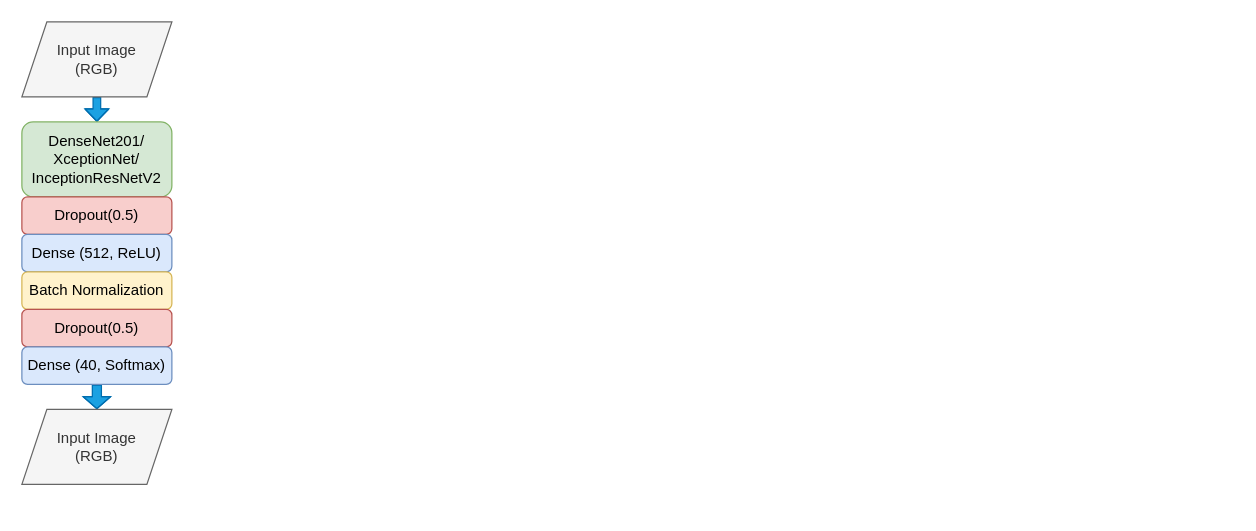
Before: Monuwar1.drawio in AbduzZami/DrawIO, a draw.io diagram. Source tidied: cells renumbered, new cells numbered last; positions are measured from the earlier drawing's top-left corner, leaving out a move shared by most shapes. Both pictures are drawn from the tidied source at 125%, with x=0, y=0 at pixel (21, 21).
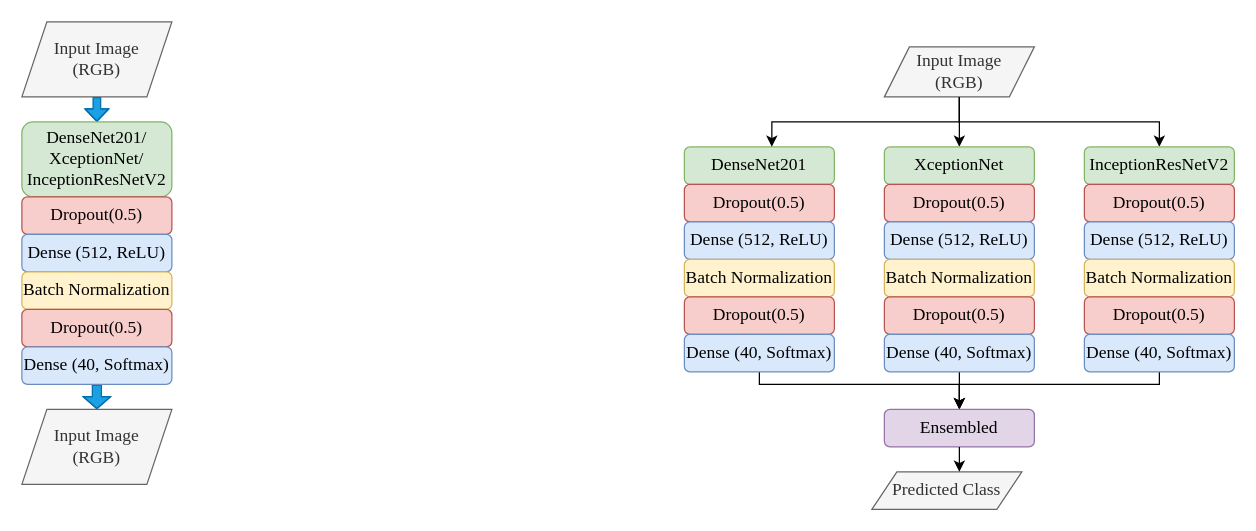
The same diagram, later.

Change to the diagram source:
```diff
@@
-    <mxCell id="2" style="edgeStyle=orthogonalEdgeStyle;rounded=0;jettySize=auto;html=1;shape=flexArrow;width=6.07843137254902;endSize=2.935294117647059;endWidth=11.945405613225683;fillColor=#1ba1e2;strokeColor=#006EAF;" parent="1" edge="1" source="3" target="4">
+    <mxCell id="2" style="edgeStyle=orthogonalEdgeStyle;rounded=0;jettySize=auto;html=1;shape=flexArrow;width=6.07843137254902;endSize=2.935294117647059;endWidth=11.945405613225683;fillColor=#1ba1e2;strokeColor=#006EAF;fontFamily=Times New Roman;fontSize=14;" parent="1" edge="1" source="3" target="4">
       <mxGeometry relative="1" as="geometry" />
     </mxCell>
-    <mxCell id="3" value="Input Image&lt;div&gt;(RGB)&lt;/div&gt;" style="shape=parallelogram;perimeter=parallelogramPerimeter;whiteSpace=wrap;html=1;fixedSize=1;fillColor=#f5f5f5;fontColor=#333333;strokeColor=#666666;" parent="1" vertex="1">
+    <mxCell id="3" value="Input Image&lt;div&gt;(RGB)&lt;/div&gt;" style="shape=parallelogram;perimeter=parallelogramPerimeter;whiteSpace=wrap;html=1;fixedSize=1;fillColor=#f5f5f5;fontColor=#333333;strokeColor=#666666;fontFamily=Times New Roman;fontSize=14;" parent="1" vertex="1">
       <mxGeometry width="120" height="60" as="geometry" />
     </mxCell>
-    <mxCell id="4" value="DenseNet201/&lt;div&gt;XceptionNet/&lt;/div&gt;&lt;div&gt;InceptionResNetV2&lt;/div&gt;" style="rounded=1;whiteSpace=wrap;html=1;fillColor=#d5e8d4;strokeColor=#82b366;" parent="1" vertex="1">
+    <mxCell id="4" value="DenseNet201/&lt;div&gt;XceptionNet/&lt;/div&gt;&lt;div&gt;InceptionResNetV2&lt;/div&gt;" style="rounded=1;whiteSpace=wrap;html=1;fillColor=#d5e8d4;strokeColor=#82b366;fontFamily=Times New Roman;fontSize=14;" parent="1" vertex="1">
       <mxGeometry y="80" width="120" height="60" as="geometry" />
     </mxCell>
-    <mxCell id="5" value="Dropout(0.5)" style="rounded=1;whiteSpace=wrap;html=1;fillColor=#f8cecc;strokeColor=#b85450;" parent="1" vertex="1">
+    <mxCell id="5" value="Dropout(0.5)" style="rounded=1;whiteSpace=wrap;html=1;fillColor=#f8cecc;strokeColor=#b85450;fontFamily=Times New Roman;fontSize=14;" parent="1" vertex="1">
       <mxGeometry y="140" width="120" height="30" as="geometry" />
     </mxCell>
-    <mxCell id="6" value="Dense (512, ReLU)" style="rounded=1;whiteSpace=wrap;html=1;fillColor=#dae8fc;strokeColor=#6c8ebf;" parent="1" vertex="1">
+    <mxCell id="6" value="Dense (512, ReLU)" style="rounded=1;whiteSpace=wrap;html=1;fillColor=#dae8fc;strokeColor=#6c8ebf;fontFamily=Times New Roman;fontSize=14;" parent="1" vertex="1">
       <mxGeometry y="170" width="120" height="30" as="geometry" />
     </mxCell>
-    <mxCell id="7" value="Batch Normalization" style="rounded=1;whiteSpace=wrap;html=1;fillColor=#fff2cc;strokeColor=#d6b656;" parent="1" vertex="1">
+    <mxCell id="7" value="Batch Normalization" style="rounded=1;whiteSpace=wrap;html=1;fillColor=#fff2cc;strokeColor=#d6b656;fontFamily=Times New Roman;fontSize=14;" parent="1" vertex="1">
       <mxGeometry y="200" width="120" height="30" as="geometry" />
     </mxCell>
-    <mxCell id="8" value="Dropout(0.5)" style="rounded=1;whiteSpace=wrap;html=1;fillColor=#f8cecc;strokeColor=#b85450;" parent="1" vertex="1">
+    <mxCell id="8" value="Dropout(0.5)" style="rounded=1;whiteSpace=wrap;html=1;fillColor=#f8cecc;strokeColor=#b85450;fontFamily=Times New Roman;fontSize=14;" parent="1" vertex="1">
       <mxGeometry y="230" width="120" height="30" as="geometry" />
     </mxCell>
-    <mxCell id="9" style="edgeStyle=orthogonalEdgeStyle;rounded=0;jettySize=auto;html=1;entryX=0.5;entryY=0;entryDx=0;entryDy=0;shape=flexArrow;width=7.254901960784315;endSize=2.8686274509803926;endWidth=13.675509419454057;fillColor=#1ba1e2;strokeColor=#006EAF;" parent="1" edge="1" source="10" target="11">
+    <mxCell id="9" style="edgeStyle=orthogonalEdgeStyle;rounded=0;jettySize=auto;html=1;entryX=0.5;entryY=0;entryDx=0;entryDy=0;shape=flexArrow;width=7.254901960784315;endSize=2.8686274509803926;endWidth=13.675509419454057;fillColor=#1ba1e2;strokeColor=#006EAF;fontFamily=Times New Roman;fontSize=14;" parent="1" edge="1" source="10" target="11">
       <mxGeometry relative="1" as="geometry" />
     </mxCell>
-    <mxCell id="10" value="Dense (40, Softmax)" style="rounded=1;whiteSpace=wrap;html=1;fillColor=#dae8fc;strokeColor=#6c8ebf;" parent="1" vertex="1">
+    <mxCell id="10" value="Dense (40, Softmax)" style="rounded=1;whiteSpace=wrap;html=1;fillColor=#dae8fc;strokeColor=#6c8ebf;fontFamily=Times New Roman;fontSize=14;" parent="1" vertex="1">
       <mxGeometry y="260" width="120" height="30" as="geometry" />
     </mxCell>
-    <mxCell id="11" value="Input Image&lt;div&gt;(RGB)&lt;/div&gt;" style="shape=parallelogram;perimeter=parallelogramPerimeter;whiteSpace=wrap;html=1;fixedSize=1;fillColor=#f5f5f5;fontColor=#333333;strokeColor=#666666;" parent="1" vertex="1">
+    <mxCell id="11" value="Input Image&lt;div&gt;(RGB)&lt;/div&gt;" style="shape=parallelogram;perimeter=parallelogramPerimeter;whiteSpace=wrap;html=1;fixedSize=1;fillColor=#f5f5f5;fontColor=#333333;strokeColor=#666666;fontFamily=Times New Roman;fontSize=14;" parent="1" vertex="1">
       <mxGeometry y="310" width="120" height="60" as="geometry" />
     </mxCell>
+    <mxCell id="12" style="edgeStyle=orthogonalEdgeStyle;rounded=0;jettySize=auto;html=1;entryX=0.5;entryY=0;entryDx=0;entryDy=0;fontFamily=Times New Roman;fontSize=14;" parent="1" edge="1" source="14" target="23">
+      <mxGeometry relative="1" as="geometry" />
+    </mxCell>
+    <mxCell id="13" style="edgeStyle=orthogonalEdgeStyle;rounded=0;jettySize=auto;html=1;entryX=0.5;entryY=0;entryDx=0;entryDy=0;fontFamily=Times New Roman;fontSize=14;" parent="1" edge="1" source="14" target="30">
+      <mxGeometry relative="1" as="geometry">
+        <Array as="points">
+          <mxPoint x="750" y="80" />
+          <mxPoint x="910" y="80" />
+        </Array>
+      </mxGeometry>
+    </mxCell>
+    <mxCell id="14" value="Input Image&lt;div&gt;(RGB)&lt;/div&gt;" style="shape=parallelogram;perimeter=parallelogramPerimeter;whiteSpace=wrap;html=1;fixedSize=1;fillColor=#f5f5f5;fontColor=#333333;strokeColor=#666666;fontFamily=Times New Roman;fontSize=14;" parent="1" vertex="1">
+      <mxGeometry x="690" y="20" width="120" height="40" as="geometry" />
+    </mxCell>
+    <mxCell id="15" value="DenseNet201" style="rounded=1;whiteSpace=wrap;html=1;fillColor=#d5e8d4;strokeColor=#82b366;fontFamily=Times New Roman;fontSize=14;" parent="1" vertex="1">
+      <mxGeometry x="530" y="100" width="120" height="30" as="geometry" />
+    </mxCell>
+    <mxCell id="16" value="Dropout(0.5)" style="rounded=1;whiteSpace=wrap;html=1;fillColor=#f8cecc;strokeColor=#b85450;fontFamily=Times New Roman;fontSize=14;" parent="1" vertex="1">
+      <mxGeometry x="530" y="130" width="120" height="30" as="geometry" />
+    </mxCell>
+    <mxCell id="17" value="Dense (512, ReLU)" style="rounded=1;whiteSpace=wrap;html=1;fillColor=#dae8fc;strokeColor=#6c8ebf;fontFamily=Times New Roman;fontSize=14;" parent="1" vertex="1">
+      <mxGeometry x="530" y="160" width="120" height="30" as="geometry" />
+    </mxCell>
+    <mxCell id="18" value="Batch Normalization" style="rounded=1;whiteSpace=wrap;html=1;fillColor=#fff2cc;strokeColor=#d6b656;fontFamily=Times New Roman;fontSize=14;" parent="1" vertex="1">
+      <mxGeometry x="530" y="190" width="120" height="30" as="geometry" />
+    </mxCell>
+    <mxCell id="19" value="Dropout(0.5)" style="rounded=1;whiteSpace=wrap;html=1;fillColor=#f8cecc;strokeColor=#b85450;fontFamily=Times New Roman;fontSize=14;" parent="1" vertex="1">
+      <mxGeometry x="530" y="220" width="120" height="30" as="geometry" />
+    </mxCell>
+    <mxCell id="20" style="edgeStyle=orthogonalEdgeStyle;rounded=0;jettySize=auto;html=1;entryX=0.5;entryY=0;entryDx=0;entryDy=0;fontFamily=Times New Roman;fontSize=14;" parent="1" edge="1" source="21" target="37">
+      <mxGeometry relative="1" as="geometry">
+        <Array as="points">
+          <mxPoint x="590" y="290" />
+          <mxPoint x="750" y="290" />
+        </Array>
+      </mxGeometry>
+    </mxCell>
+    <mxCell id="21" value="Dense (40, Softmax)" style="rounded=1;whiteSpace=wrap;html=1;fillColor=#dae8fc;strokeColor=#6c8ebf;fontFamily=Times New Roman;fontSize=14;" parent="1" vertex="1">
+      <mxGeometry x="530" y="250" width="120" height="30" as="geometry" />
+    </mxCell>
+    <mxCell id="22" value="Predicted Class" style="shape=parallelogram;perimeter=parallelogramPerimeter;whiteSpace=wrap;html=1;fixedSize=1;fillColor=#f5f5f5;fontColor=#333333;strokeColor=#666666;fontFamily=Times New Roman;fontSize=14;" parent="1" vertex="1">
+      <mxGeometry x="680" y="360" width="120" height="30" as="geometry" />
+    </mxCell>
+    <mxCell id="23" value="&lt;div&gt;XceptionNet&lt;/div&gt;" style="rounded=1;whiteSpace=wrap;html=1;fillColor=#d5e8d4;strokeColor=#82b366;fontFamily=Times New Roman;fontSize=14;" parent="1" vertex="1">
+      <mxGeometry x="690" y="100" width="120" height="30" as="geometry" />
+    </mxCell>
+    <mxCell id="24" value="Dropout(0.5)" style="rounded=1;whiteSpace=wrap;html=1;fillColor=#f8cecc;strokeColor=#b85450;fontFamily=Times New Roman;fontSize=14;" parent="1" vertex="1">
+      <mxGeometry x="690" y="130" width="120" height="30" as="geometry" />
+    </mxCell>
+    <mxCell id="25" value="Dense (512, ReLU)" style="rounded=1;whiteSpace=wrap;html=1;fillColor=#dae8fc;strokeColor=#6c8ebf;fontFamily=Times New Roman;fontSize=14;" parent="1" vertex="1">
+      <mxGeometry x="690" y="160" width="120" height="30" as="geometry" />
+    </mxCell>
+    <mxCell id="26" value="Batch Normalization" style="rounded=1;whiteSpace=wrap;html=1;fillColor=#fff2cc;strokeColor=#d6b656;fontFamily=Times New Roman;fontSize=14;" parent="1" vertex="1">
+      <mxGeometry x="690" y="190" width="120" height="30" as="geometry" />
+    </mxCell>
+    <mxCell id="27" value="Dropout(0.5)" style="rounded=1;whiteSpace=wrap;html=1;fillColor=#f8cecc;strokeColor=#b85450;fontFamily=Times New Roman;fontSize=14;" parent="1" vertex="1">
+      <mxGeometry x="690" y="220" width="120" height="30" as="geometry" />
+    </mxCell>
+    <mxCell id="28" style="edgeStyle=orthogonalEdgeStyle;rounded=0;jettySize=auto;html=1;entryX=0.5;entryY=0;entryDx=0;entryDy=0;fontFamily=Times New Roman;fontSize=14;" parent="1" edge="1" source="29" target="37">
+      <mxGeometry relative="1" as="geometry" />
+    </mxCell>
+    <mxCell id="29" value="Dense (40, Softmax)" style="rounded=1;whiteSpace=wrap;html=1;fillColor=#dae8fc;strokeColor=#6c8ebf;fontFamily=Times New Roman;fontSize=14;" parent="1" vertex="1">
+      <mxGeometry x="690" y="250" width="120" height="30" as="geometry" />
+    </mxCell>
+    <mxCell id="30" value="&lt;div&gt;&lt;span style=&quot;background-color: transparent; color: light-dark(rgb(0, 0, 0), rgb(255, 255, 255));&quot;&gt;InceptionResNetV2&lt;/span&gt;&lt;/div&gt;" style="rounded=1;whiteSpace=wrap;html=1;fillColor=#d5e8d4;strokeColor=#82b366;fontFamily=Times New Roman;fontSize=14;" parent="1" vertex="1">
+      <mxGeometry x="850" y="100" width="120" height="30" as="geometry" />
+    </mxCell>
+    <mxCell id="31" value="Dropout(0.5)" style="rounded=1;whiteSpace=wrap;html=1;fillColor=#f8cecc;strokeColor=#b85450;fontFamily=Times New Roman;fontSize=14;" parent="1" vertex="1">
+      <mxGeometry x="850" y="130" width="120" height="30" as="geometry" />
+    </mxCell>
+    <mxCell id="32" value="Dense (512, ReLU)" style="rounded=1;whiteSpace=wrap;html=1;fillColor=#dae8fc;strokeColor=#6c8ebf;fontFamily=Times New Roman;fontSize=14;" parent="1" vertex="1">
+      <mxGeometry x="850" y="160" width="120" height="30" as="geometry" />
+    </mxCell>
+    <mxCell id="33" value="Batch Normalization" style="rounded=1;whiteSpace=wrap;html=1;fillColor=#fff2cc;strokeColor=#d6b656;fontFamily=Times New Roman;fontSize=14;" parent="1" vertex="1">
+      <mxGeometry x="850" y="190" width="120" height="30" as="geometry" />
+    </mxCell>
+    <mxCell id="34" value="Dropout(0.5)" style="rounded=1;whiteSpace=wrap;html=1;fillColor=#f8cecc;strokeColor=#b85450;fontFamily=Times New Roman;fontSize=14;" parent="1" vertex="1">
+      <mxGeometry x="850" y="220" width="120" height="30" as="geometry" />
+    </mxCell>
+    <mxCell id="35" style="edgeStyle=orthogonalEdgeStyle;rounded=0;jettySize=auto;html=1;entryX=0.5;entryY=0;entryDx=0;entryDy=0;fontFamily=Times New Roman;fontSize=14;" parent="1" edge="1" source="36" target="37">
+      <mxGeometry relative="1" as="geometry">
+        <Array as="points">
+          <mxPoint x="910" y="290" />
+          <mxPoint x="750" y="290" />
+        </Array>
+      </mxGeometry>
+    </mxCell>
+    <mxCell id="36" value="Dense (40, Softmax)" style="rounded=1;whiteSpace=wrap;html=1;fillColor=#dae8fc;strokeColor=#6c8ebf;fontFamily=Times New Roman;fontSize=14;" parent="1" vertex="1">
+      <mxGeometry x="850" y="250" width="120" height="30" as="geometry" />
+    </mxCell>
+    <mxCell id="37" value="Ensembled" style="rounded=1;whiteSpace=wrap;html=1;fillColor=#e1d5e7;strokeColor=#9673a6;fontFamily=Times New Roman;fontSize=14;" parent="1" vertex="1">
+      <mxGeometry x="690" y="310" width="120" height="30" as="geometry" />
+    </mxCell>
+    <mxCell id="38" style="edgeStyle=orthogonalEdgeStyle;rounded=0;jettySize=auto;html=1;entryX=0.583;entryY=0;entryDx=0;entryDy=0;entryPerimeter=0;fontFamily=Times New Roman;fontSize=14;" parent="1" edge="1" source="14" target="15">
+      <mxGeometry relative="1" as="geometry">
+        <Array as="points">
+          <mxPoint x="750" y="80" />
+          <mxPoint x="600" y="80" />
+        </Array>
+      </mxGeometry>
+    </mxCell>
+    <mxCell id="39" style="edgeStyle=orthogonalEdgeStyle;rounded=0;jettySize=auto;html=1;entryX=0.582;entryY=-0.009;entryDx=0;entryDy=0;entryPerimeter=0;fontFamily=Times New Roman;fontSize=14;" parent="1" edge="1" source="37" target="22">
+      <mxGeometry relative="1" as="geometry" />
+    </mxCell>
```
